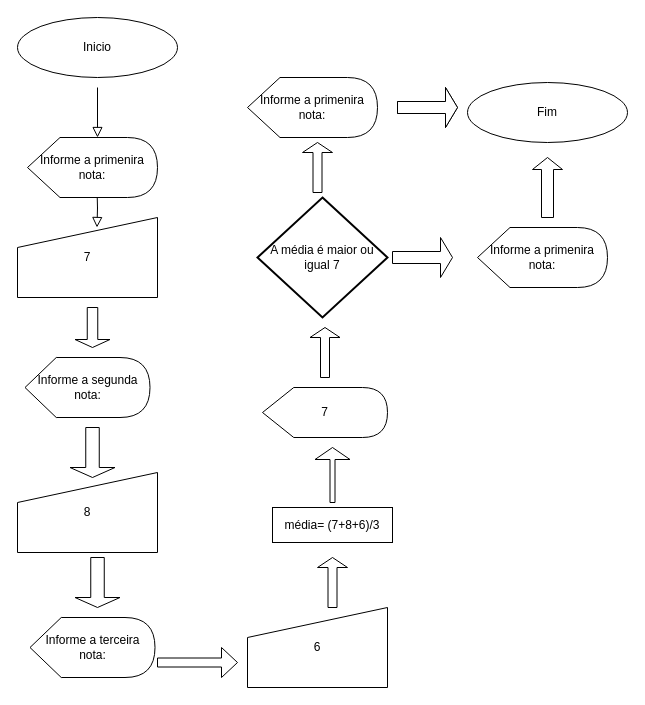
Before: Diagrama sem nome.drawio in Antonietaflor/Senai-versao-colabora-ao, a draw.io diagram. Source tidied: cells renumbered, new cells numbered last; positions are measured from the earlier drawing's top-left corner, leaving out a move shared by most shapes. Both pictures are drawn from the tidied source at 100%, with x=0, y=0 at pixel (17, 17).
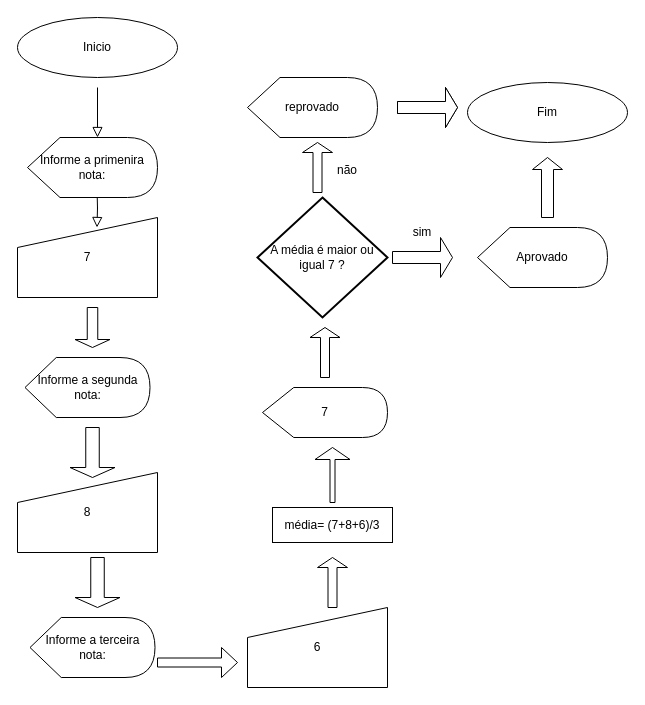
The same diagram, later.

Diff of the diagram source:
```diff
@@
-    <mxCell id="21" value="A média é maior ou igual 7" style="strokeWidth=2;html=1;shape=mxgraph.flowchart.decision;whiteSpace=wrap;" parent="1" vertex="1">
+    <mxCell id="21" value="A média é maior ou igual 7 ?" style="strokeWidth=2;html=1;shape=mxgraph.flowchart.decision;whiteSpace=wrap;" parent="1" vertex="1">
       <mxGeometry x="240" y="180" width="130" height="120" as="geometry" />
     </mxCell>
@@
-    <mxCell id="23" value="Informe a primenira nota:" style="shape=display;whiteSpace=wrap;html=1;" parent="1" vertex="1">
+    <mxCell id="23" value="Aprovado" style="shape=display;whiteSpace=wrap;html=1;" parent="1" vertex="1">
       <mxGeometry x="460" y="210" width="130" height="60" as="geometry" />
     </mxCell>
-    <mxCell id="24" value="Informe a primenira nota:" style="shape=display;whiteSpace=wrap;html=1;" parent="1" vertex="1">
+    <mxCell id="24" value="reprovado" style="shape=display;whiteSpace=wrap;html=1;" parent="1" vertex="1">
       <mxGeometry x="230" y="60" width="130" height="60" as="geometry" />
     </mxCell>
@@
+    <mxCell id="30" value="sim" style="text;html=1;align=center;verticalAlign=middle;whiteSpace=wrap;rounded=0;" parent="1" vertex="1">
+      <mxGeometry x="375" y="200" width="60" height="30" as="geometry" />
+    </mxCell>
+    <mxCell id="31" value="não&lt;div&gt;&lt;br&gt;&lt;/div&gt;" style="text;html=1;align=center;verticalAlign=middle;whiteSpace=wrap;rounded=0;" parent="1" vertex="1">
+      <mxGeometry x="300" y="145" width="60" height="30" as="geometry" />
+    </mxCell>
```
